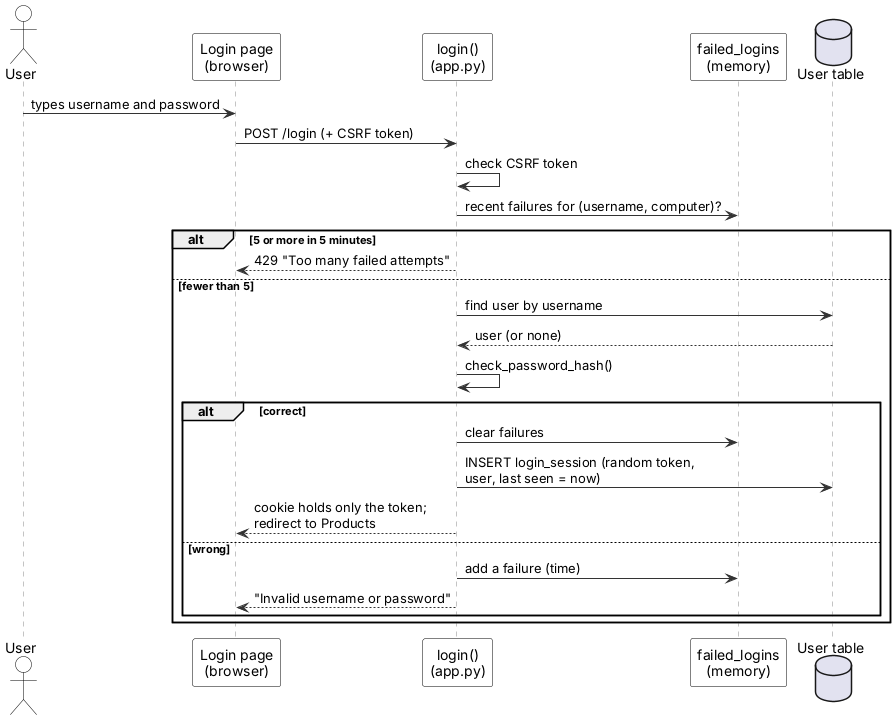
JmlAsync/inventory-pos-system keeps this PlantUML diagram as diagrams/uml/17_seq_log_in.png. Above is the earlier version. The source it was exported from:
```plantuml
@startuml
skinparam defaultFontName Arial
skinparam shadowing false
skinparam ArrowColor #333333
skinparam rectangle {
  BackgroundColor White
  BorderColor Black
}
skinparam usecase {
  BackgroundColor White
  BorderColor Black
}
skinparam class {
  BackgroundColor White
  BorderColor Black
  HeaderBackgroundColor #E6F1EE
}
skinparam activity {
  BackgroundColor White
  BorderColor Black
}
skinparam state {
  BackgroundColor White
  BorderColor Black
}
skinparam sequence {
  ParticipantBackgroundColor White
  ParticipantBorderColor Black
  LifeLineBorderColor #888888
  ActorBorderColor Black
  ActorBackgroundColor White
}
skinparam note {
  BackgroundColor #FFFBEA
  BorderColor #C9B458
}
skinparam swimlaneWidth same
hide circle

actor User
participant "Login page\n(browser)" as UI
participant "login()\n(app.py)" as C
participant "failed_logins\n(memory)" as L
database "User table" as DB
User -> UI : types username and password
UI -> C : POST /login (+ CSRF token)
C -> C : check CSRF token
C -> L : recent failures for (username, computer)?
alt 5 or more in 5 minutes
  C --> UI : 429 "Too many failed attempts"
else fewer than 5
  C -> DB : find user by username
  DB --> C : user (or none)
  C -> C : check_password_hash()
  alt correct
    C -> L : clear failures
    C -> DB : INSERT login_session (random token,\nuser, last seen = now)
    C --> UI : cookie holds only the token;\nredirect to Products
  else wrong
    C -> L : add a failure (time)
    C --> UI : "Invalid username or password"
  end
end
@enduml
```
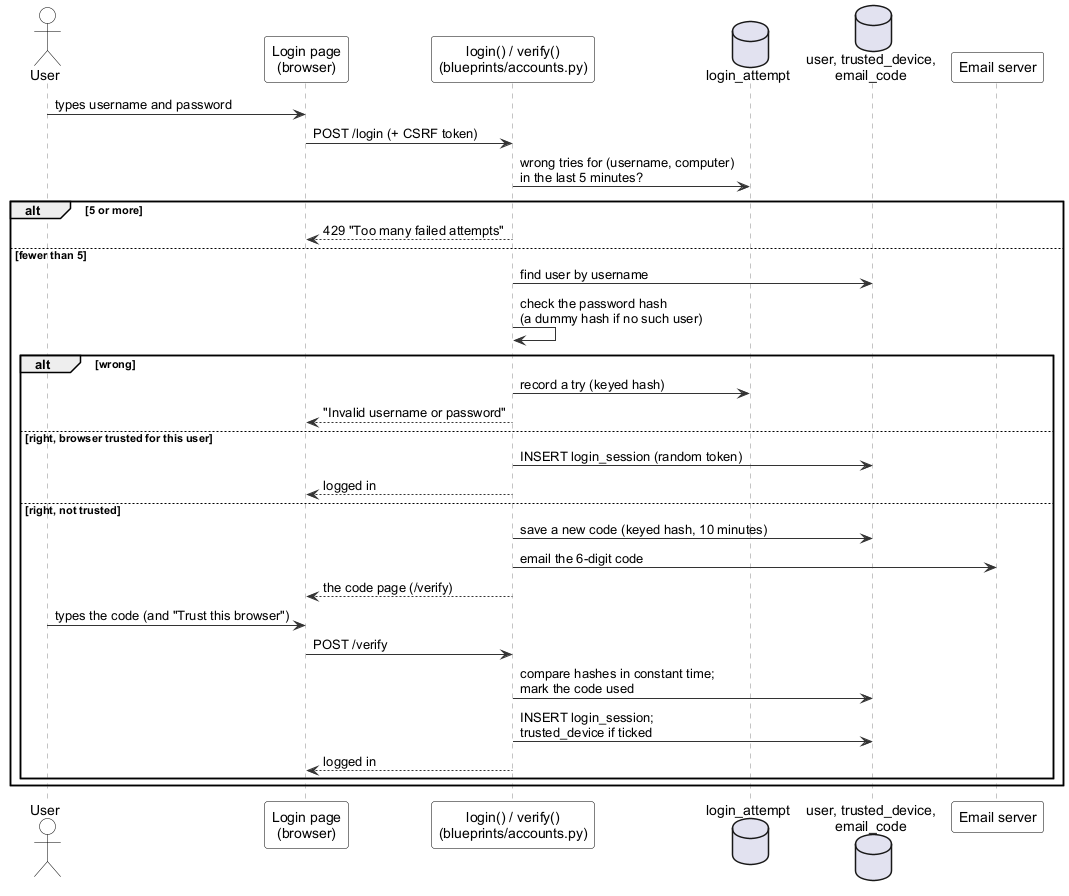
Above is the later version.

The edit, as a diff of the source:
```diff
@@ -1,4 +1,5 @@
 @startuml
+!pragma layout smetana
 skinparam defaultFontName Arial
 skinparam shadowing false
 skinparam ArrowColor #333333
@@ -39,26 +40,33 @@
 
 actor User
 participant "Login page\n(browser)" as UI
-participant "login()\n(app.py)" as C
-participant "failed_logins\n(memory)" as L
-database "User table" as DB
+participant "login() / verify()\n(blueprints/accounts.py)" as C
+database "login_attempt" as L
+database "user, trusted_device,\nemail_code" as DB
+participant "Email server" as M
 User -> UI : types username and password
 UI -> C : POST /login (+ CSRF token)
-C -> C : check CSRF token
-C -> L : recent failures for (username, computer)?
-alt 5 or more in 5 minutes
+C -> L : wrong tries for (username, computer)\nin the last 5 minutes?
+alt 5 or more
   C --> UI : 429 "Too many failed attempts"
 else fewer than 5
   C -> DB : find user by username
-  DB --> C : user (or none)
-  C -> C : check_password_hash()
-  alt correct
-    C -> L : clear failures
-    C -> DB : INSERT login_session (random token,\nuser, last seen = now)
-    C --> UI : cookie holds only the token;\nredirect to Products
-  else wrong
-    C -> L : add a failure (time)
+  C -> C : check the password hash\n(a dummy hash if no such user)
+  alt wrong
+    C -> L : record a try (keyed hash)
     C --> UI : "Invalid username or password"
+  else right, browser trusted for this user
+    C -> DB : INSERT login_session (random token)
+    C --> UI : logged in
+  else right, not trusted
+    C -> DB : save a new code (keyed hash, 10 minutes)
+    C -> M : email the 6-digit code
+    C --> UI : the code page (/verify)
+    User -> UI : types the code (and "Trust this browser")
+    UI -> C : POST /verify
+    C -> DB : compare hashes in constant time;\nmark the code used
+    C -> DB : INSERT login_session;\ntrusted_device if ticked
+    C --> UI : logged in
   end
 end
 @enduml
```
